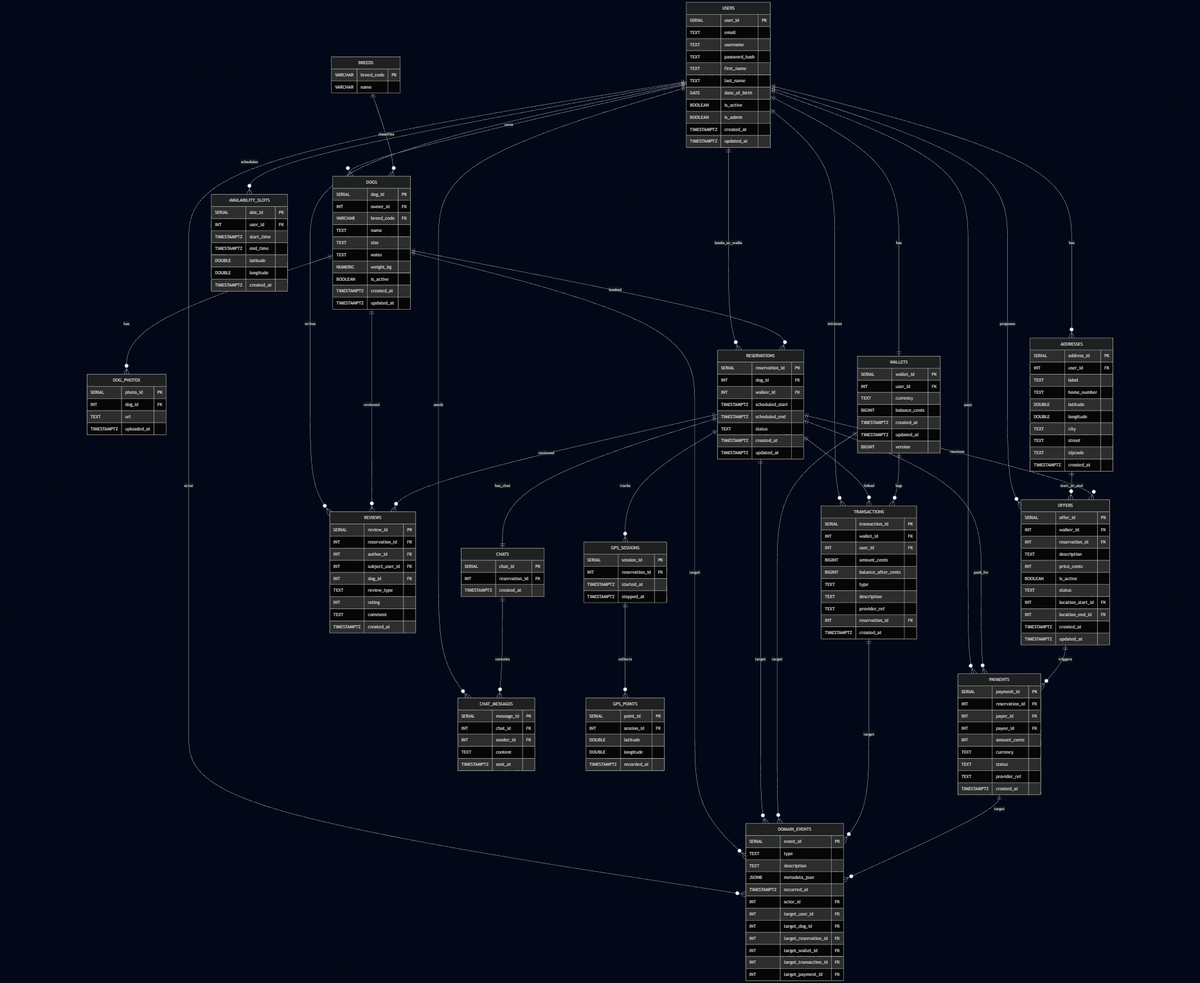
Earlier version of the Mermaid export docs/schema/er-diagram.png (PetGoSGGW/petgo-backend). Its source is kept beside it as docs/schema/er-diagram.mmd. Source of this version:
```mermaid
erDiagram

    USERS {
        SERIAL user_id PK
        TEXT email
        TEXT username
        TEXT password_hash
        TEXT first_name
        TEXT last_name
        DATE date_of_birth
        BOOLEAN is_active
        BOOLEAN is_admin
        TIMESTAMPTZ created_at
        TIMESTAMPTZ updated_at
    }

    BREEDS {
        VARCHAR breed_code PK
        VARCHAR name
    }

    DOGS {
        SERIAL dog_id PK
        INT owner_id FK
        VARCHAR breed_code FK
        TEXT name
        TEXT size
        TEXT notes
        NUMERIC weight_kg
        BOOLEAN is_active
        TIMESTAMPTZ created_at
        TIMESTAMPTZ updated_at
    }

    DOG_PHOTOS {
        SERIAL photo_id PK
        INT dog_id FK
        TEXT url
        TIMESTAMPTZ uploaded_at
    }

    ADDRESSES {
        SERIAL address_id PK
        INT user_id FK
        TEXT label
        TEXT home_number
        DOUBLE latitude
        DOUBLE longitude
        TEXT city
        TEXT street
        TEXT zipcode
        TIMESTAMPTZ created_at
    }

    RESERVATIONS {
        SERIAL reservation_id PK
        INT dog_id FK
        INT walker_id FK
        TIMESTAMPTZ scheduled_start
        TIMESTAMPTZ scheduled_end
        TEXT status
        TIMESTAMPTZ created_at
        TIMESTAMPTZ updated_at
    }

    OFFERS {
        SERIAL offer_id PK
        INT walker_id FK
        INT reservation_id FK
        TEXT description
        INT price_cents
        BOOLEAN is_active
        TEXT status
        INT location_start_id FK
        INT location_end_id FK
        TIMESTAMPTZ created_at
        TIMESTAMPTZ updated_at
    }

    PAYMENTS {
        SERIAL payment_id PK
        INT reservation_id FK
        INT payer_id FK
        INT payee_id FK
        INT amount_cents
        TEXT currency
        TEXT status
        TEXT provider_ref
        TIMESTAMPTZ created_at
    }

    REVIEWS {
        SERIAL review_id PK
        INT reservation_id FK
        INT author_id FK
        INT subject_user_id FK
        INT dog_id FK
        TEXT review_type
        INT rating
        TEXT comment
        TIMESTAMPTZ created_at
    }

    DOMAIN_EVENTS {
        SERIAL event_id PK
        TEXT type
        TEXT description
        JSONB metadata_json
        TIMESTAMPTZ occurred_at
        INT actor_id FK
        INT target_user_id FK
        INT target_dog_id FK
        INT target_reservation_id FK
        INT target_wallet_id FK
        INT target_transaction_id FK
        INT target_payment_id FK
    }

    WALLETS {
        SERIAL wallet_id PK
        INT user_id FK
        TEXT currency
        BIGINT balance_cents
        TIMESTAMPTZ created_at
        TIMESTAMPTZ updated_at
        BIGINT version
    }

    TRANSACTIONS {
        SERIAL transaction_id PK
        INT wallet_id FK
        INT user_id FK
        BIGINT amount_cents
        BIGINT balance_after_cents
        TEXT type
        TEXT description
        TEXT provider_ref
        INT reservation_id FK
        TIMESTAMPTZ created_at
    }

    CHATS {
        SERIAL chat_id PK
        INT reservation_id FK
        TIMESTAMPTZ created_at
    }

    CHAT_MESSAGES {
        SERIAL message_id PK
        INT chat_id FK
        INT sender_id FK
        TEXT content
        TIMESTAMPTZ sent_at
    }

    GPS_SESSIONS {
        SERIAL session_id PK
        INT reservation_id FK
        TIMESTAMPTZ started_at
        TIMESTAMPTZ stopped_at
    }

    GPS_POINTS {
        SERIAL point_id PK
        INT session_id FK
        DOUBLE latitude
        DOUBLE longitude
        TIMESTAMPTZ recorded_at
    }

    AVAILABILITY_SLOTS {
        SERIAL slot_id PK
        INT user_id FK
        TIMESTAMPTZ start_time
        TIMESTAMPTZ end_time
        DOUBLE latitude
        DOUBLE longitude
        TIMESTAMPTZ created_at
    }

    USERS ||--o{ DOGS : owns
    USERS ||--o{ ADDRESSES : has
    USERS ||--o{ RESERVATIONS : books_or_walks
    USERS ||--o{ OFFERS : proposes
    USERS ||--o{ PAYMENTS : pays
    USERS ||--o{ REVIEWS : writes
    USERS ||--|| WALLETS : has
    USERS ||--o{ TRANSACTIONS : initiates
    USERS ||--o{ DOMAIN_EVENTS : actor
    USERS ||--o{ CHAT_MESSAGES : sends
    USERS ||--o{ AVAILABILITY_SLOTS : schedules

    BREEDS ||--o{ DOGS : classifies
    DOGS ||--o{ DOG_PHOTOS : has
    DOGS ||--o{ RESERVATIONS : booked
    DOGS ||--o{ REVIEWS : reviewed
    DOGS ||--o{ DOMAIN_EVENTS : target

    ADDRESSES ||--o{ OFFERS : start_or_end

    RESERVATIONS ||--o{ OFFERS : receives
    RESERVATIONS ||--o{ PAYMENTS : paid_for
    RESERVATIONS ||--o{ REVIEWS : reviewed
    RESERVATIONS ||--o{ TRANSACTIONS : linked
    RESERVATIONS ||--o{ DOMAIN_EVENTS : target
    RESERVATIONS ||--o{ GPS_SESSIONS : tracks
    RESERVATIONS ||--|| CHATS : has_chat

    OFFERS ||--o{ PAYMENTS : triggers

    WALLETS ||--o{ TRANSACTIONS : logs
    WALLETS ||--o{ DOMAIN_EVENTS : target

    TRANSACTIONS ||--o{ DOMAIN_EVENTS : target
    PAYMENTS ||--o{ DOMAIN_EVENTS : target

    CHATS ||--o{ CHAT_MESSAGES : contains

    GPS_SESSIONS ||--o{ GPS_POINTS : collects
```
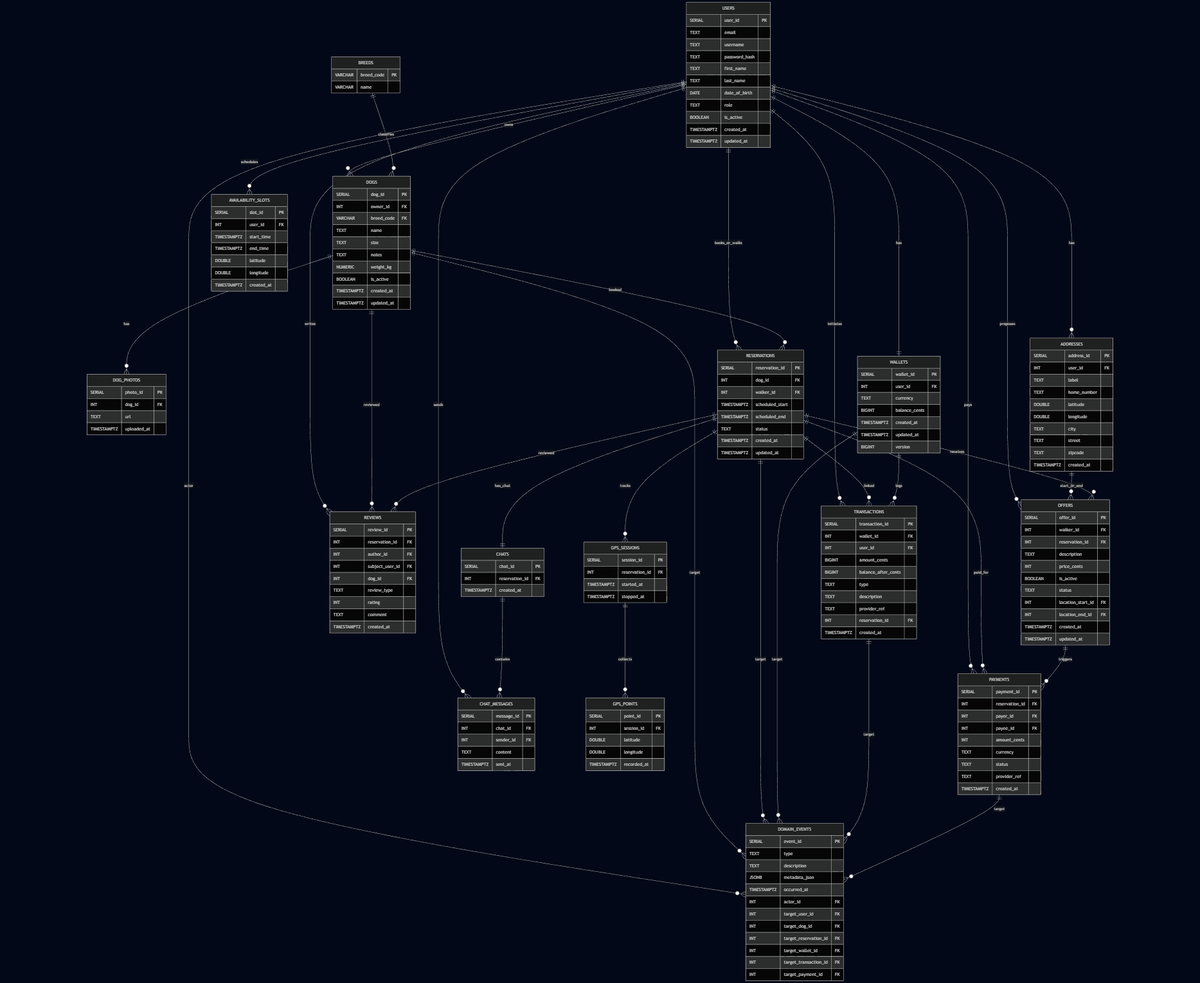
Later version of the same file.

Commit message:
chore: update er diagram with user role

The edit, as a diff of the source:
```diff
@@ -8,8 +8,8 @@
         TEXT first_name
         TEXT last_name
         DATE date_of_birth
+        TEXT role
         BOOLEAN is_active
-        BOOLEAN is_admin
         TIMESTAMPTZ created_at
         TIMESTAMPTZ updated_at
     }
```
